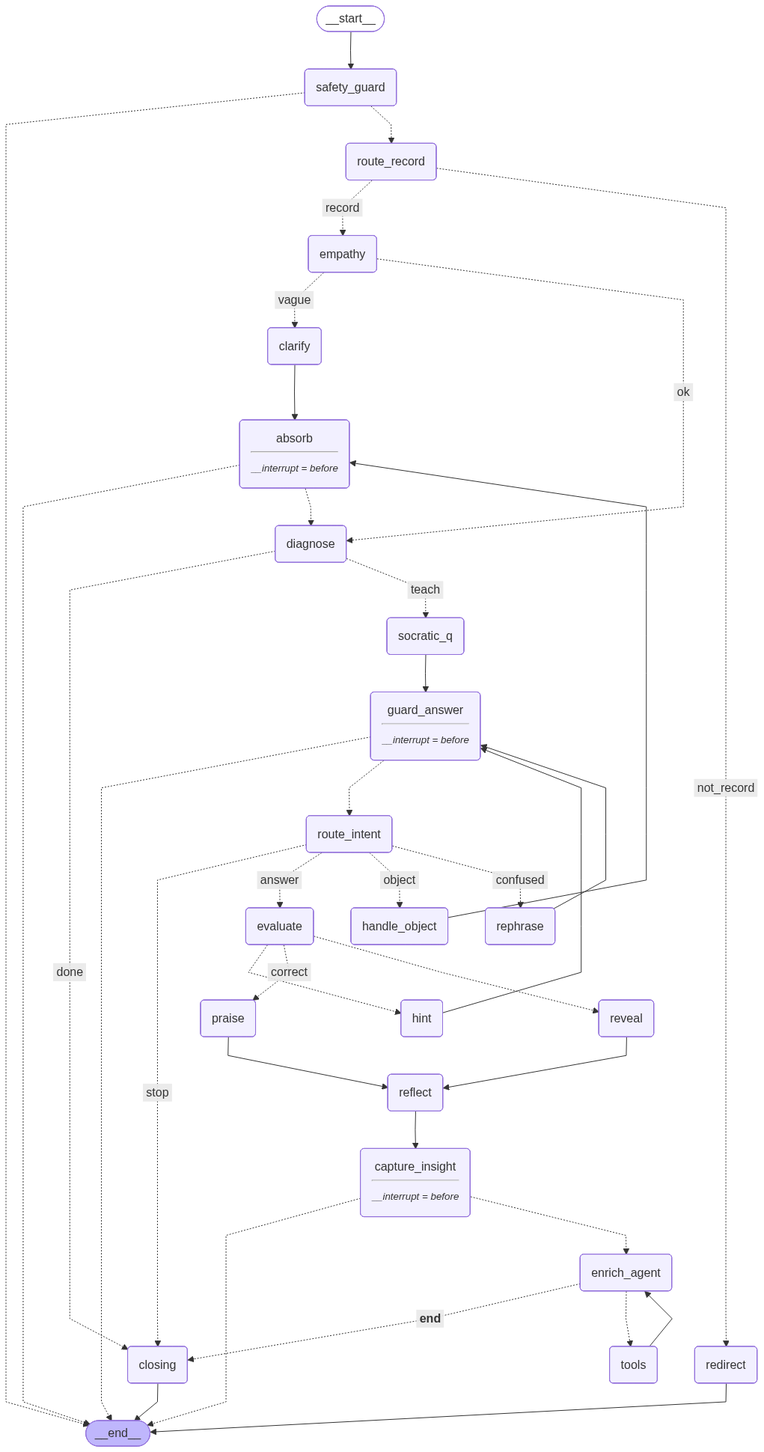
Earlier version of the Mermaid export graduation-selfcare-coach/coach_graph.png (HaileyGit/ai-engineer-club-submissions). Its source is kept beside it as graduation-selfcare-coach/coach_graph.mmd.
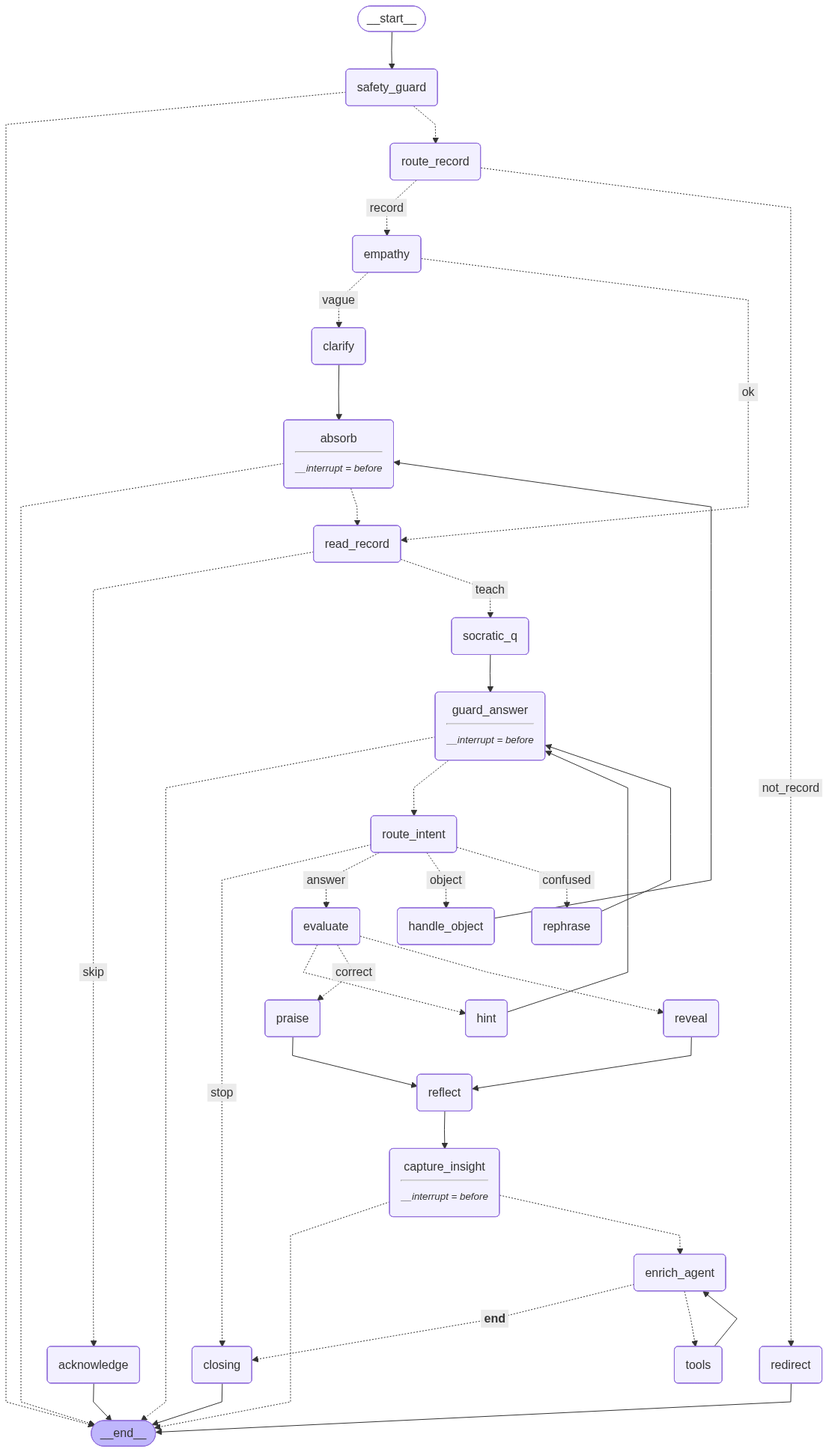
The same file after the commit.

Commit message:
코치를 기록 주도로: read_record(teach/skip)+acknowledge로 억지 코칭 차단, route_intent 반어·capture 처방되받기 가드, 말투 자연화, classify 번아웃→휴식 버그 수정

The edit, as a diff of the source:
```diff
@@ -15,7 +15,8 @@
 	empathy(empathy)
 	clarify(clarify)
 	absorb(absorb<hr/><small><em>__interrupt = before</em></small>)
-	diagnose(diagnose)
+	read_record(read_record)
+	acknowledge(acknowledge)
 	socratic_q(socratic_q)
 	evaluate(evaluate)
 	praise(praise)
@@ -29,14 +30,12 @@
 	__end__([<p>__end__</p>]):::last
 	__start__ --> safety_guard;
 	absorb -.-> __end__;
-	absorb -.-> diagnose;
+	absorb -.-> read_record;
 	capture_insight -.-> __end__;
 	capture_insight -.-> enrich_agent;
 	clarify --> absorb;
-	diagnose -. &nbsp;done&nbsp; .-> closing;
-	diagnose -. &nbsp;teach&nbsp; .-> socratic_q;
 	empathy -. &nbsp;vague&nbsp; .-> clarify;
-	empathy -. &nbsp;ok&nbsp; .-> diagnose;
+	empathy -. &nbsp;ok&nbsp; .-> read_record;
 	enrich_agent -. &nbsp;__end__&nbsp; .-> closing;
 	enrich_agent -.-> tools;
 	evaluate -.-> hint;
@@ -47,6 +46,8 @@
 	handle_object --> absorb;
 	hint --> guard_answer;
 	praise --> reflect;
+	read_record -. &nbsp;skip&nbsp; .-> acknowledge;
+	read_record -. &nbsp;teach&nbsp; .-> socratic_q;
 	reflect --> capture_insight;
 	rephrase --> guard_answer;
 	reveal --> reflect;
@@ -60,6 +61,7 @@
 	safety_guard -.-> route_record;
 	socratic_q --> guard_answer;
 	tools --> enrich_agent;
+	acknowledge --> __end__;
 	closing --> __end__;
 	redirect --> __end__;
 	classDef default fill:#f2f0ff,line-height:1.2
```
